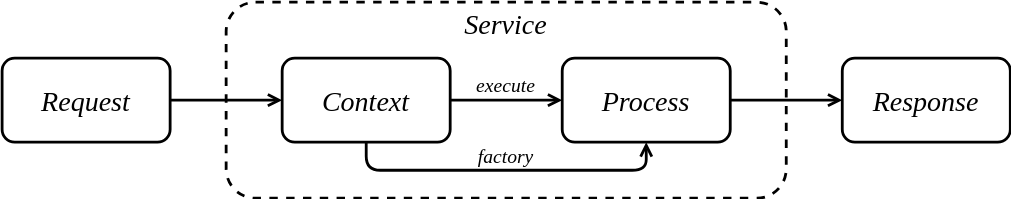
Before: system design/assets/图片1.svg, a diagram exported from draw.io (Algo2147483647/engineering). Source tidied: cells renumbered, new cells last; positions are measured from the earlier drawing's top-left corner, leaving out a move shared by most shapes.
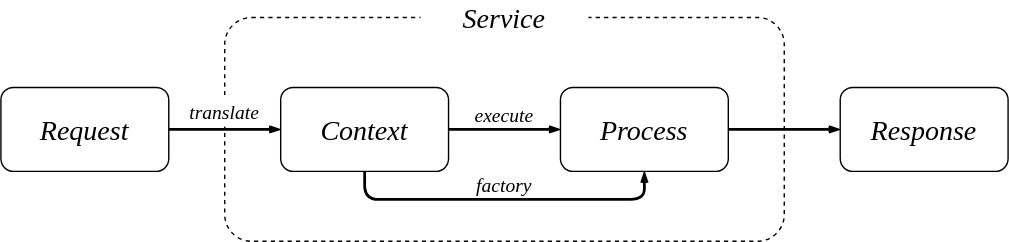
The same file after the commit.

Change to the diagram source:
```diff
@@ -2,19 +2,19 @@
   <root>
     <mxCell id="0" />
     <mxCell id="1" parent="0" />
-    <mxCell id="2" style="rounded=1;whiteSpace=wrap;html=1;fontFamily=Helvetica;fontSize=11;fontColor=default;labelBackgroundColor=default;strokeWidth=2;dashed=1;" parent="1" vertex="1">
-      <mxGeometry x="160" width="400" height="140" as="geometry" />
+    <mxCell id="2" style="rounded=1;whiteSpace=wrap;html=1;fontFamily=Helvetica;fontSize=11;fontColor=default;labelBackgroundColor=default;strokeWidth=1;dashed=1;arcSize=12;" parent="1" vertex="1">
+      <mxGeometry x="160" y="-10" width="400" height="160" as="geometry" />
     </mxCell>
-    <mxCell id="3" style="edgeStyle=orthogonalEdgeStyle;shape=connector;curved=0;rounded=1;jettySize=auto;html=1;strokeColor=default;strokeWidth=2;align=center;verticalAlign=middle;fontFamily=Helvetica;fontSize=11;fontColor=default;labelBackgroundColor=default;endArrow=open;endFill=0;" parent="1" edge="1" source="4" target="7">
+    <mxCell id="3" style="edgeStyle=orthogonalEdgeStyle;shape=connector;curved=0;rounded=1;jettySize=auto;html=1;strokeColor=default;strokeWidth=2;align=center;verticalAlign=middle;fontFamily=Helvetica;fontSize=11;fontColor=default;labelBackgroundColor=default;endArrow=openThin;endFill=0;endSize=4;" parent="1" edge="1" source="4" target="7">
       <mxGeometry relative="1" as="geometry" />
     </mxCell>
-    <mxCell id="4" value="Request" style="rounded=1;whiteSpace=wrap;html=1;strokeWidth=2;fontFamily=Times New Roman;fontStyle=2;fontSize=20;" parent="1" vertex="1">
+    <mxCell id="4" value="Request" style="rounded=1;whiteSpace=wrap;html=1;strokeWidth=1;fontFamily=Times New Roman;fontStyle=2;fontSize=20;" parent="1" vertex="1">
       <mxGeometry y="40" width="120" height="60" as="geometry" />
     </mxCell>
-    <mxCell id="5" style="edgeStyle=orthogonalEdgeStyle;shape=connector;curved=0;rounded=1;jettySize=auto;html=1;strokeColor=default;strokeWidth=2;align=center;verticalAlign=middle;fontFamily=Helvetica;fontSize=11;fontColor=default;labelBackgroundColor=default;endArrow=open;endFill=0;" parent="1" edge="1" source="7" target="9">
+    <mxCell id="5" style="edgeStyle=orthogonalEdgeStyle;shape=connector;curved=0;rounded=1;jettySize=auto;html=1;strokeColor=default;strokeWidth=2;align=center;verticalAlign=middle;fontFamily=Helvetica;fontSize=11;fontColor=default;labelBackgroundColor=default;endArrow=openThin;endFill=0;endSize=4;" parent="1" edge="1" source="7" target="9">
       <mxGeometry relative="1" as="geometry" />
     </mxCell>
-    <mxCell id="6" style="edgeStyle=orthogonalEdgeStyle;shape=connector;curved=0;rounded=1;jettySize=auto;html=1;entryX=0.5;entryY=1;entryDx=0;entryDy=0;strokeColor=default;strokeWidth=2;align=center;verticalAlign=middle;fontFamily=Helvetica;fontSize=11;fontColor=default;labelBackgroundColor=default;endArrow=open;endFill=0;" parent="1" edge="1" source="7" target="9">
+    <mxCell id="6" style="edgeStyle=orthogonalEdgeStyle;shape=connector;curved=0;rounded=1;jettySize=auto;html=1;entryX=0.5;entryY=1;entryDx=0;entryDy=0;strokeColor=default;strokeWidth=2;align=center;verticalAlign=middle;fontFamily=Helvetica;fontSize=11;fontColor=default;labelBackgroundColor=default;endArrow=openThin;endFill=0;endSize=4;" parent="1" edge="1" source="7" target="9">
       <mxGeometry relative="1" as="geometry">
         <Array as="points">
           <mxPoint x="260" y="120" />
@@ -22,20 +22,20 @@
         </Array>
       </mxGeometry>
     </mxCell>
-    <mxCell id="7" value="Context" style="rounded=1;whiteSpace=wrap;html=1;strokeWidth=2;fontFamily=Times New Roman;fontStyle=2;fontSize=20;" parent="1" vertex="1">
+    <mxCell id="7" value="Context" style="rounded=1;whiteSpace=wrap;html=1;strokeWidth=1;fontFamily=Times New Roman;fontStyle=2;fontSize=20;" parent="1" vertex="1">
       <mxGeometry x="200" y="40" width="120" height="60" as="geometry" />
     </mxCell>
-    <mxCell id="8" style="edgeStyle=orthogonalEdgeStyle;shape=connector;curved=0;rounded=1;jettySize=auto;html=1;strokeColor=default;strokeWidth=2;align=center;verticalAlign=middle;fontFamily=Helvetica;fontSize=11;fontColor=default;labelBackgroundColor=default;endArrow=open;endFill=0;" parent="1" edge="1" source="9" target="10">
+    <mxCell id="8" style="edgeStyle=orthogonalEdgeStyle;shape=connector;curved=0;rounded=1;jettySize=auto;html=1;strokeColor=default;strokeWidth=2;align=center;verticalAlign=middle;fontFamily=Helvetica;fontSize=11;fontColor=default;labelBackgroundColor=default;endArrow=openThin;endFill=0;endSize=4;" parent="1" edge="1" source="9" target="10">
       <mxGeometry relative="1" as="geometry" />
     </mxCell>
-    <mxCell id="9" value="Process" style="rounded=1;whiteSpace=wrap;html=1;strokeWidth=2;fontFamily=Times New Roman;fontStyle=2;fontSize=20;" parent="1" vertex="1">
+    <mxCell id="9" value="Process" style="rounded=1;whiteSpace=wrap;html=1;strokeWidth=1;fontFamily=Times New Roman;fontStyle=2;fontSize=20;" parent="1" vertex="1">
       <mxGeometry x="400" y="40" width="120" height="60" as="geometry" />
     </mxCell>
-    <mxCell id="10" value="Response" style="rounded=1;whiteSpace=wrap;html=1;strokeWidth=2;fontFamily=Times New Roman;fontStyle=2;fontSize=20;" parent="1" vertex="1">
+    <mxCell id="10" value="Response" style="rounded=1;whiteSpace=wrap;html=1;strokeWidth=1;fontFamily=Times New Roman;fontStyle=2;fontSize=20;" parent="1" vertex="1">
       <mxGeometry x="600" y="40" width="120" height="60" as="geometry" />
     </mxCell>
-    <mxCell id="11" value="&lt;span style=&quot;color: rgb(0, 0, 0); font-family: &amp;quot;Times New Roman&amp;quot;; font-size: 20px; font-style: italic; font-variant-ligatures: normal; font-variant-caps: normal; font-weight: 400; letter-spacing: normal; orphans: 2; text-indent: 0px; text-transform: none; widows: 2; word-spacing: 0px; -webkit-text-stroke-width: 0px; white-space: normal; text-decoration-thickness: initial; text-decoration-style: initial; text-decoration-color: initial; float: none; display: inline !important;&quot;&gt;Service&lt;/span&gt;" style="text;whiteSpace=wrap;html=1;fontFamily=Helvetica;fontSize=11;fontColor=default;labelBackgroundColor=none;align=center;verticalAlign=middle;" parent="1" vertex="1">
-      <mxGeometry x="310" width="100" height="30" as="geometry" />
+    <mxCell id="11" value="&lt;span style=&quot;color: rgb(0, 0, 0); font-family: &amp;quot;Times New Roman&amp;quot;; font-size: 20px; font-style: italic; font-variant-ligatures: normal; font-variant-caps: normal; font-weight: 400; letter-spacing: normal; orphans: 2; text-indent: 0px; text-transform: none; widows: 2; word-spacing: 0px; -webkit-text-stroke-width: 0px; white-space: normal; text-decoration-thickness: initial; text-decoration-style: initial; text-decoration-color: initial; float: none; display: inline !important;&quot;&gt;Service&lt;/span&gt;" style="text;whiteSpace=wrap;html=1;fontFamily=Helvetica;fontSize=11;labelBackgroundColor=none;align=center;verticalAlign=middle;fillColor=default;" parent="1" vertex="1">
+      <mxGeometry x="300" y="-20" width="120" height="20" as="geometry" />
     </mxCell>
     <mxCell id="12" value="&lt;font face=&quot;Times New Roman&quot; style=&quot;font-size: 14px;&quot;&gt;&lt;span style=&quot;font-size: 14px;&quot;&gt;&lt;i style=&quot;font-size: 14px;&quot;&gt;factory&lt;/i&gt;&lt;/span&gt;&lt;/font&gt;" style="text;whiteSpace=wrap;html=1;fontFamily=Helvetica;fontSize=14;fontColor=default;labelBackgroundColor=none;align=center;verticalAlign=middle;" parent="1" vertex="1">
       <mxGeometry x="310" y="100" width="100" height="20" as="geometry" />
@@ -43,5 +43,8 @@
     <mxCell id="13" value="&lt;font face=&quot;Times New Roman&quot;&gt;&lt;i&gt;execute&lt;/i&gt;&lt;/font&gt;" style="text;whiteSpace=wrap;html=1;fontFamily=Helvetica;fontSize=14;fontColor=default;labelBackgroundColor=none;align=center;verticalAlign=middle;" parent="1" vertex="1">
       <mxGeometry x="335" y="50" width="50" height="20" as="geometry" />
     </mxCell>
+    <mxCell id="14" value="&lt;font face=&quot;Times New Roman&quot;&gt;&lt;i&gt;translate&lt;/i&gt;&lt;/font&gt;" style="text;whiteSpace=wrap;html=1;fontFamily=Helvetica;fontSize=14;fontColor=default;labelBackgroundColor=none;align=center;verticalAlign=middle;fillColor=default;" parent="1" vertex="1">
+      <mxGeometry x="130" y="48" width="60" height="20" as="geometry" />
+    </mxCell>
   </root>
 </mxGraphModel>
```
